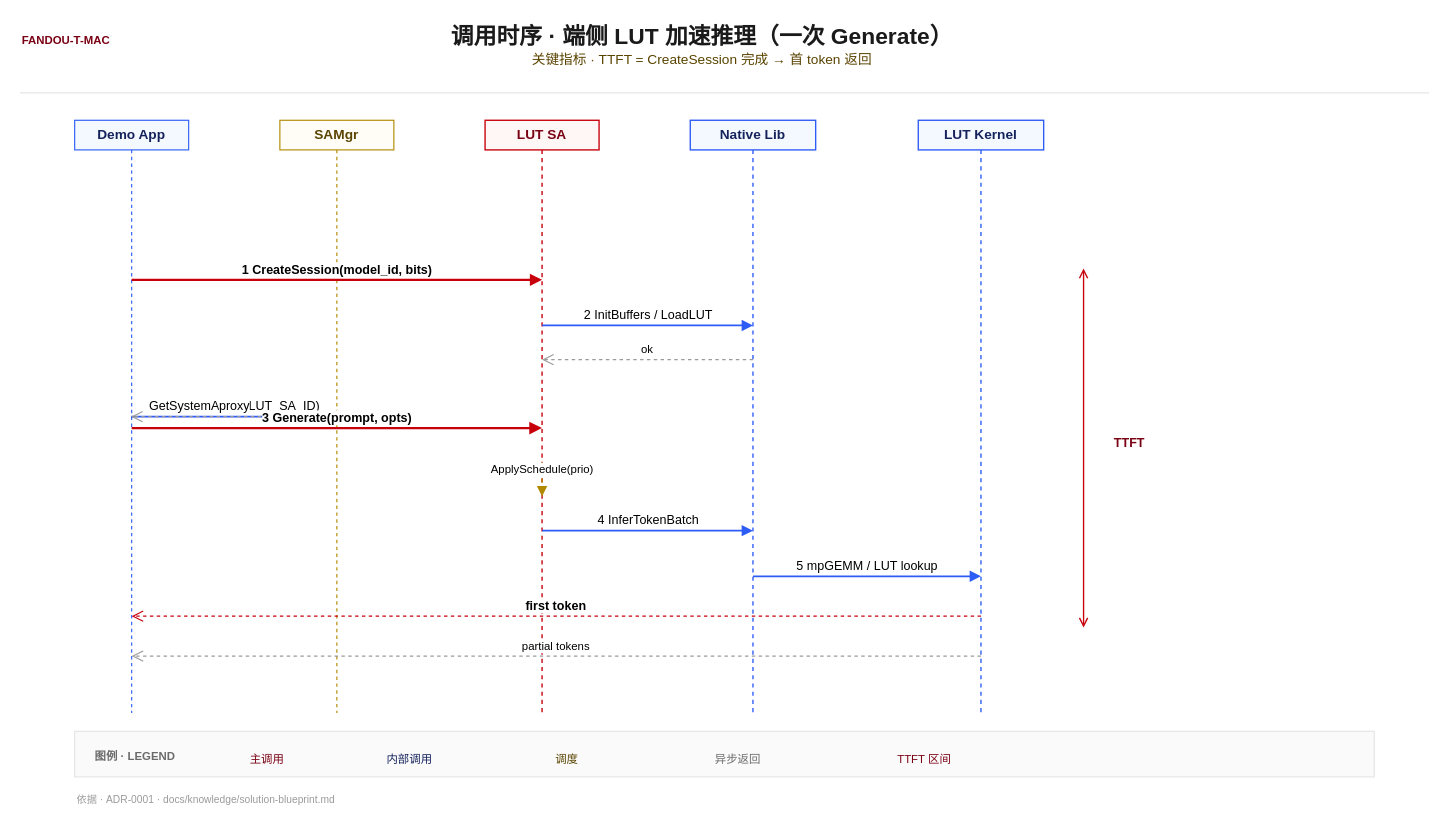
Before: assets/images/readme/sequence-phase1.drawio in Aafff623/fandou-t-mac, a draw.io diagram. Source tidied: cells renumbered, new cells numbered last; positions are measured from the earlier drawing's top-left corner, leaving out a move shared by most shapes. Both pictures are drawn from the tidied source at 114%, with x=0, y=0 at pixel (19, 19).
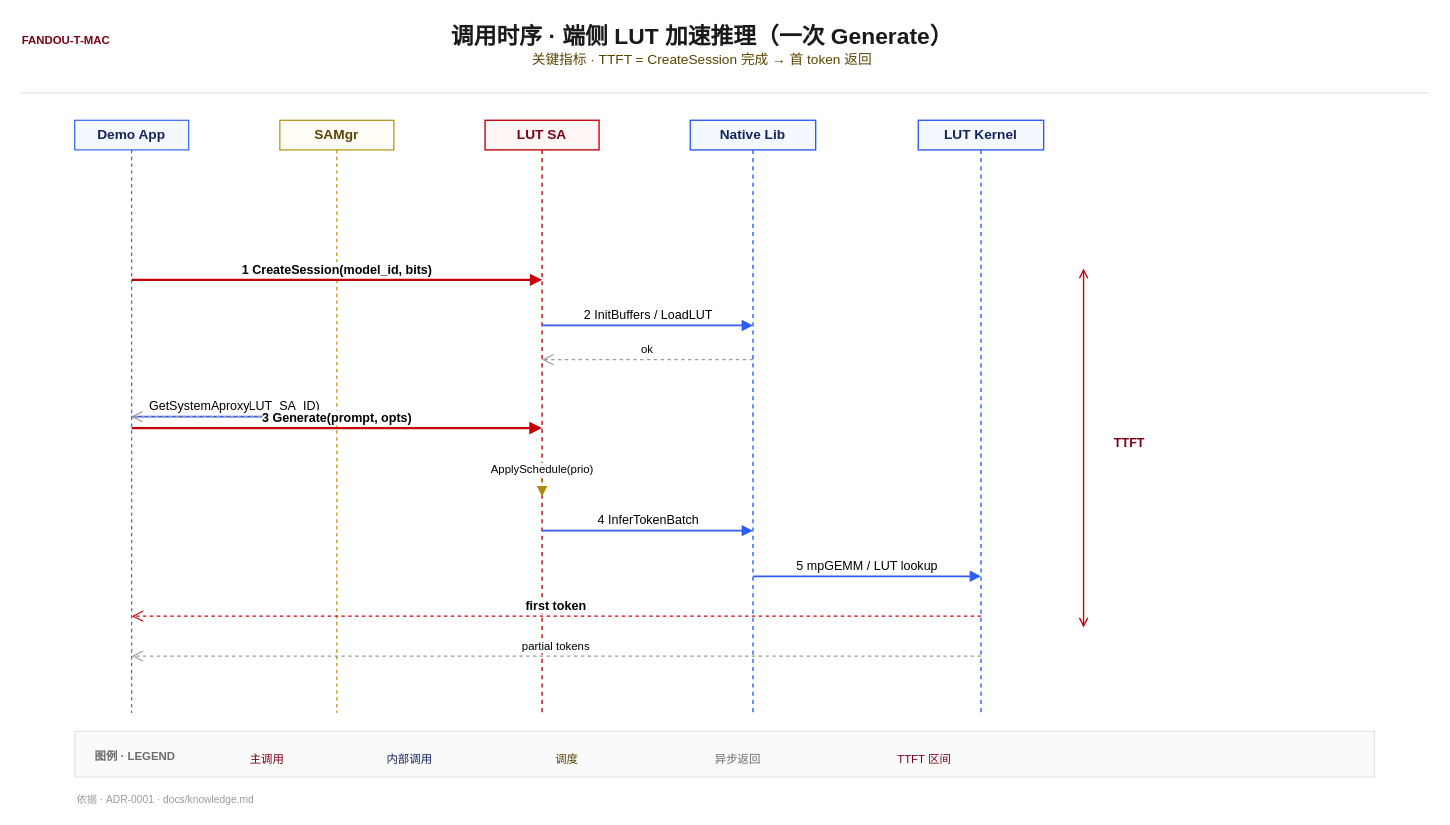
The same diagram, later.

Change to the diagram source:
```diff
@@
-    <mxCell id="36" value="依据 · ADR-0001 · docs/knowledge/solution-blueprint.md" style="text;html=1;align=left;fontSize=9;fontColor=#9A9A9A;" parent="1" vertex="1">
+    <mxCell id="36" value="依据 · ADR-0001 · docs/knowledge.md" style="text;html=1;align=left;fontSize=9;fontColor=#9A9A9A;" parent="1" vertex="1">
       <mxGeometry x="48" y="672" width="600" height="14" as="geometry" />
     </mxCell>
```
